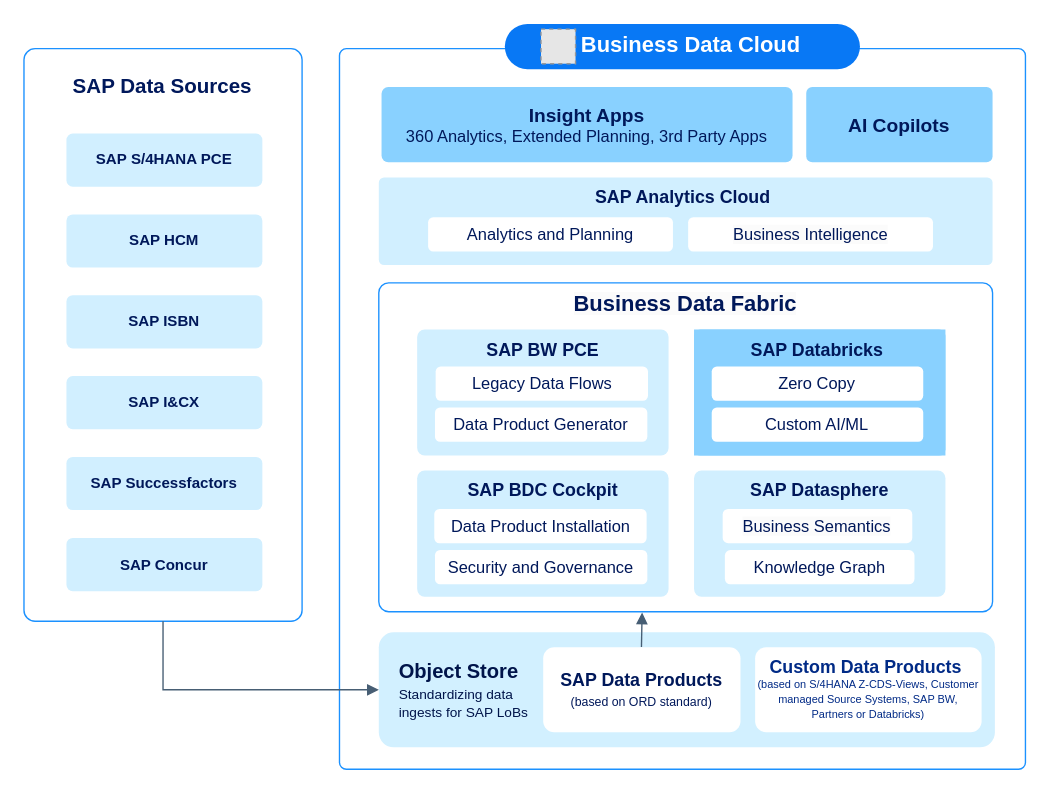
Before: docs/ref-arch/RA0013/5-sap-databricks-in-business-data-cloud/drawio/bdc-databricks.drawio in SAP/architecture-center, a draw.io diagram. Source tidied: cells renumbered, new cells numbered last; positions are measured from the earlier drawing's top-left corner, leaving out a move shared by most shapes. Both pictures are drawn from the tidied source at 137%, with x=0, y=0 at pixel (23, 23). Pictures stored in the file or linked from it are replaced by grey dashed boxes.
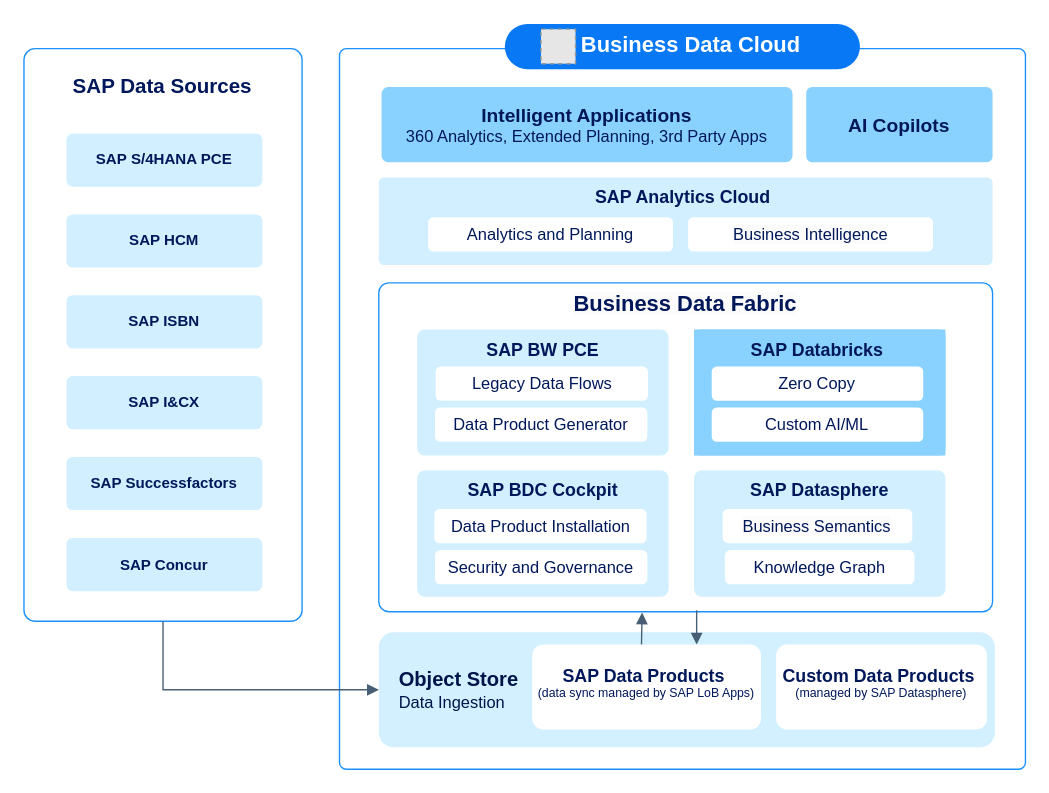
Above is the later version.

Commit message (it also covers changes not shown here):
Insight app drawio updates

The edit, as a diff of the source:
```diff
@@
-    <mxCell id="3" value="&lt;p style=&quot;margin-top: 6.6pt; margin-bottom: 0pt; margin-left: 0in; direction: ltr; unicode-bidi: embed; vertical-align: baseline; word-break: normal;&quot;&gt;&lt;font style=&quot;color: light-dark(rgb(0, 24, 91), rgb(237, 237, 237));&quot;&gt;&lt;span style=&quot;font-size: 11pt; font-family: &amp;quot;72 Brand Medium&amp;quot;; color: rgb(0, 20, 74);&quot;&gt;Object Store&lt;br&gt;&lt;/span&gt;&lt;font style=&quot;font-weight: normal; font-size: 10px;&quot;&gt;&lt;span style=&quot;font-family: &amp;quot;72 Brand&amp;quot;; color: rgb(0, 20, 74);&quot;&gt;Standardizing data &lt;br&gt;ingests for SAP &lt;/span&gt;&lt;span style=&quot;font-family: &amp;quot;72 Brand&amp;quot;; color: rgb(0, 20, 74);&quot;&gt;LoBs&lt;/span&gt;&lt;/font&gt;&lt;/font&gt;&lt;/p&gt;" style="rounded=1;whiteSpace=wrap;html=1;align=left;fontStyle=1;verticalAlign=middle;strokeColor=none;fillColor=light-dark(#d2f0ff, #ededed);strokeWidth=1;fontSize=11;fontFamily=Arial;fontColor=#00185A;arcSize=13;gradientColor=none;gradientDirection=south;spacing=15;spacingTop=-8;" parent="1" vertex="1">
+    <mxCell id="3" value="&lt;p style=&quot;margin-top: 6.6pt; margin-bottom: 0pt; margin-left: 0in; direction: ltr; unicode-bidi: embed; vertical-align: baseline; word-break: normal;&quot;&gt;&lt;font style=&quot;color: light-dark(rgb(0, 24, 91), rgb(237, 237, 237));&quot;&gt;&lt;span style=&quot;font-size: 11pt; font-family: &amp;quot;72 Brand Medium&amp;quot;; color: rgb(0, 20, 74);&quot;&gt;Object Store&lt;br&gt;&lt;/span&gt;&lt;font style=&quot;font-weight: normal;&quot;&gt;&lt;span style=&quot;font-family: &amp;quot;72 Brand&amp;quot;; color: rgb(0, 20, 74);&quot;&gt;&lt;font style=&quot;font-size: 12px;&quot;&gt;Data Ingestion&lt;/font&gt;&lt;br&gt;&lt;/span&gt;&lt;/font&gt;&lt;/font&gt;&lt;/p&gt;" style="rounded=1;whiteSpace=wrap;html=1;align=left;fontStyle=1;verticalAlign=middle;strokeColor=none;fillColor=light-dark(#d2f0ff, #ededed);strokeWidth=1;fontSize=11;fontFamily=Arial;fontColor=#00185A;arcSize=13;gradientColor=none;gradientDirection=south;spacing=15;spacingTop=-8;" parent="1" vertex="1">
       <mxGeometry x="259" y="444" width="449.7" height="84" as="geometry" />
     </mxCell>
@@
-    <mxCell id="5" value="&lt;p style=&quot;margin-top: 0pt; margin-bottom: 0pt; margin-left: 0in; direction: ltr; unicode-bidi: embed; word-break: normal;&quot;&gt;&lt;span&gt;&lt;b style=&quot;font-family: Helvetica; text-align: left; font-size: 14px;&quot;&gt;Insight&lt;/b&gt;&lt;b style=&quot;font-family: Helvetica; text-align: left; font-size: 14px;&quot;&gt; &lt;/b&gt;&lt;b style=&quot;font-family: Helvetica; text-align: left; font-size: 14px;&quot;&gt;Apps&lt;/b&gt;&lt;/span&gt;&lt;/p&gt;&lt;p style=&quot;margin-top: 0pt; margin-bottom: 0pt; margin-left: 0in; direction: ltr; unicode-bidi: embed; word-break: normal;&quot;&gt;360 Analytics,&amp;nbsp;&lt;span style=&quot;background-color: transparent;&quot;&gt;Extended Planning,&amp;nbsp;&lt;/span&gt;&lt;span style=&quot;background-color: transparent;&quot;&gt;3rd Party Apps&lt;/span&gt;&lt;/p&gt;" style="rounded=1;whiteSpace=wrap;html=1;fontSize=12;fontFamily=Arial;align=center;verticalAlign=middle;fillColor=light-dark(#89d1ff, #ededed);strokeColor=none;fontColor=#00185A;strokeWidth=1.5;arcSize=9;gradientColor=none;spacing=0;spacingTop=0;" parent="1" vertex="1">
+    <mxCell id="5" value="&lt;p style=&quot;margin-top: 0pt; margin-bottom: 0pt; margin-left: 0in; direction: ltr; unicode-bidi: embed; word-break: normal;&quot;&gt;&lt;span&gt;&lt;b style=&quot;font-family: Helvetica; text-align: left; font-size: 14px;&quot;&gt;Intelligent Applications&lt;/b&gt;&lt;/span&gt;&lt;/p&gt;&lt;p style=&quot;margin-top: 0pt; margin-bottom: 0pt; margin-left: 0in; direction: ltr; unicode-bidi: embed; word-break: normal;&quot;&gt;360 Analytics,&amp;nbsp;&lt;span style=&quot;background-color: transparent;&quot;&gt;Extended Planning,&amp;nbsp;&lt;/span&gt;&lt;span style=&quot;background-color: transparent;&quot;&gt;3rd Party Apps&lt;/span&gt;&lt;/p&gt;" style="rounded=1;whiteSpace=wrap;html=1;fontSize=12;fontFamily=Arial;align=center;verticalAlign=middle;fillColor=light-dark(#89d1ff, #ededed);strokeColor=none;fontColor=#00185A;strokeWidth=1.5;arcSize=9;gradientColor=none;spacing=0;spacingTop=0;" parent="1" vertex="1">
       <mxGeometry x="261" y="46" width="300" height="55" as="geometry" />
     </mxCell>
@@
-    <mxCell id="8" value="&lt;span style=&quot;&quot;&gt;&lt;font style=&quot;font-size: 13px;&quot;&gt;SAP Data Products&lt;/font&gt;&lt;/span&gt;&lt;div&gt;&lt;span style=&quot;font-weight: normal;&quot;&gt;&lt;font style=&quot;font-size: 9px; line-height: 100%;&quot;&gt;(based on ORD standard)&lt;/font&gt;&lt;/span&gt;&lt;/div&gt;" style="rounded=1;whiteSpace=wrap;html=1;align=center;fontStyle=1;verticalAlign=middle;strokeColor=none;fillColor=default;strokeWidth=1;fontSize=11;fontFamily=Arial;fontColor=#00185A;arcSize=13;gradientColor=none;gradientDirection=south;" parent="1" vertex="1">
-      <mxGeometry x="379" y="455" width="144" height="62" as="geometry" />
-    </mxCell>
-    <mxCell id="9" style="edgeStyle=orthogonalEdgeStyle;rounded=0;jettySize=auto;html=1;endArrow=block;endFill=1;strokeColor=#475E74;strokeWidth=1;exitX=0.498;exitY=-0.004;exitDx=0;exitDy=0;entryX=0.435;entryY=1.002;entryDx=0;entryDy=0;entryPerimeter=0;exitPerimeter=0;" parent="1" edge="1" source="8">
+    <mxCell id="9" style="edgeStyle=orthogonalEdgeStyle;rounded=0;orthogonalLoop=1;jettySize=auto;html=1;endArrow=block;endFill=1;strokeColor=#475E74;strokeWidth=1;exitX=0.498;exitY=-0.004;exitDx=0;exitDy=0;entryX=0.435;entryY=1.002;entryDx=0;entryDy=0;entryPerimeter=0;exitPerimeter=0;" parent="1" edge="1">
       <mxGeometry relative="1" as="geometry">
+        <mxPoint x="450.7" y="454.8" as="sourcePoint" />
         <mxPoint x="451.2" y="429.6" as="targetPoint" />
       </mxGeometry>
     </mxCell>
@@
-    <mxCell id="16" value="&lt;p style=&quot;margin-top: 5.4pt; margin-bottom: 0pt; margin-left: 0in; direction: ltr; unicode-bidi: embed; vertical-align: baseline; word-break: normal;&quot;&gt;&lt;/p&gt;&lt;p style=&quot;line-height: 100%;&quot;&gt;&lt;font style=&quot;color: light-dark(rgb(0, 24, 91), rgb(237, 237, 237));&quot;&gt;&lt;font style=&quot;&quot;&gt;&lt;font face=&quot;Arial&quot; style=&quot;font-size: 13px; line-height: 100%;&quot;&gt;&lt;span style=&quot;color: rgb(0, 42, 134);&quot;&gt;Custom Data Products&amp;nbsp;&lt;br&gt;&lt;/span&gt;&lt;/font&gt;&lt;/font&gt;&lt;span style=&quot;font-size: 8px; font-weight: normal; background-color: transparent; font-family: &amp;quot;72 Brand&amp;quot;; line-height: 100%; color: rgb(0, 42, 134);&quot;&gt;(based on S/4HANA Z-CDS-Views,&amp;nbsp;&lt;/span&gt;&lt;span style=&quot;font-size: 8px; font-weight: normal; background-color: transparent; font-family: &amp;quot;72 Brand&amp;quot;; line-height: 100%; color: rgb(0, 42, 134);&quot;&gt;Customer managed Source Systems, SAP BW, Partners or Databricks)&lt;/span&gt;&lt;/font&gt;&lt;/p&gt;&lt;p&gt;&lt;/p&gt;" style="rounded=1;whiteSpace=wrap;html=1;align=center;fontStyle=1;verticalAlign=middle;strokeColor=none;fillColor=default;strokeWidth=1;fontSize=11;fontFamily=Arial;fontColor=#00185A;arcSize=13;gradientColor=none;gradientDirection=south;spacing=2;spacingTop=-2;" parent="1" vertex="1">
-      <mxGeometry x="533.7" y="455" width="165.3" height="62" as="geometry" />
-    </mxCell>
@@
+    <mxCell id="43" value="&lt;p style=&quot;margin-top: 5.4pt; margin-bottom: 0pt; margin-left: 0in; direction: ltr; unicode-bidi: embed; vertical-align: baseline; word-break: normal;&quot;&gt;&lt;/p&gt;&lt;p style=&quot;line-height: 100%; margin-top: 0px; margin-bottom: 0px;&quot;&gt;&lt;font style=&quot;&quot;&gt;&lt;font style=&quot;&quot;&gt;&lt;font style=&quot;font-size: 13px; line-height: 100%;&quot;&gt;&lt;span&gt;Custom Data Products&amp;nbsp;&lt;br&gt;&lt;/span&gt;&lt;/font&gt;&lt;/font&gt;&lt;font style=&quot;font-size: 9px;&quot;&gt;&lt;span style=&quot;font-weight: normal; background-color: transparent; line-height: 100%;&quot;&gt;(managed by SAP Datasphere&lt;/span&gt;&lt;span style=&quot;font-weight: normal; background-color: transparent; line-height: 100%;&quot;&gt;)&lt;/span&gt;&lt;/font&gt;&lt;/font&gt;&lt;/p&gt;&lt;p&gt;&lt;/p&gt;" style="rounded=1;whiteSpace=wrap;html=1;align=center;fontStyle=1;verticalAlign=middle;strokeColor=none;fillColor=default;strokeWidth=1;fontSize=11;fontFamily=Helvetica;fontColor=#00185A;arcSize=13;gradientColor=none;gradientDirection=south;spacing=0;spacingTop=0;" parent="1" vertex="1">
+      <mxGeometry x="549" y="453" width="154" height="62" as="geometry" />
+    </mxCell>
+    <mxCell id="44" style="edgeStyle=orthogonalEdgeStyle;rounded=0;orthogonalLoop=1;jettySize=auto;html=1;endArrow=block;endFill=1;strokeColor=#475E74;strokeWidth=1;align=center;verticalAlign=middle;fontFamily=Helvetica;fontSize=11;fontColor=default;labelBackgroundColor=default;" parent="1" edge="1">
+      <mxGeometry relative="1" as="geometry">
+        <mxPoint x="491" y="428" as="sourcePoint" />
+        <mxPoint x="491" y="453" as="targetPoint" />
+      </mxGeometry>
+    </mxCell>
+    <mxCell id="45" value="&lt;p style=&quot;margin-top: 5.4pt; margin-bottom: 0pt; margin-left: 0in; direction: ltr; unicode-bidi: embed; vertical-align: baseline; word-break: normal;&quot;&gt;&lt;/p&gt;&lt;p style=&quot;line-height: 100%; margin-top: 0px; margin-bottom: 0px;&quot;&gt;&lt;b style=&quot;background-color: transparent; color: light-dark(rgb(0, 24, 90), rgb(197, 217, 255)); font-size: 13px;&quot;&gt;SAP Data Products&lt;/b&gt;&lt;span style=&quot;font-size: 13px; background-color: transparent; color: light-dark(rgb(0, 24, 90), rgb(197, 217, 255));&quot;&gt;&amp;nbsp;&lt;/span&gt;&lt;/p&gt;&lt;p style=&quot;line-height: 100%; margin-top: 0px; margin-bottom: 0px;&quot;&gt;&lt;span style=&quot;font-size: 9px; font-weight: 400;&quot;&gt;(data sync managed by SAP LoB Apps)&lt;/span&gt;&lt;/p&gt;&lt;p&gt;&lt;/p&gt;" style="rounded=1;whiteSpace=wrap;html=1;align=center;fontStyle=1;verticalAlign=middle;strokeColor=none;fillColor=default;strokeWidth=1;fontSize=11;fontFamily=Helvetica;fontColor=#00185A;arcSize=13;gradientColor=none;gradientDirection=south;spacing=0;spacingTop=0;" parent="1" vertex="1">
+      <mxGeometry x="371" y="453" width="167" height="62" as="geometry" />
+    </mxCell>
```
